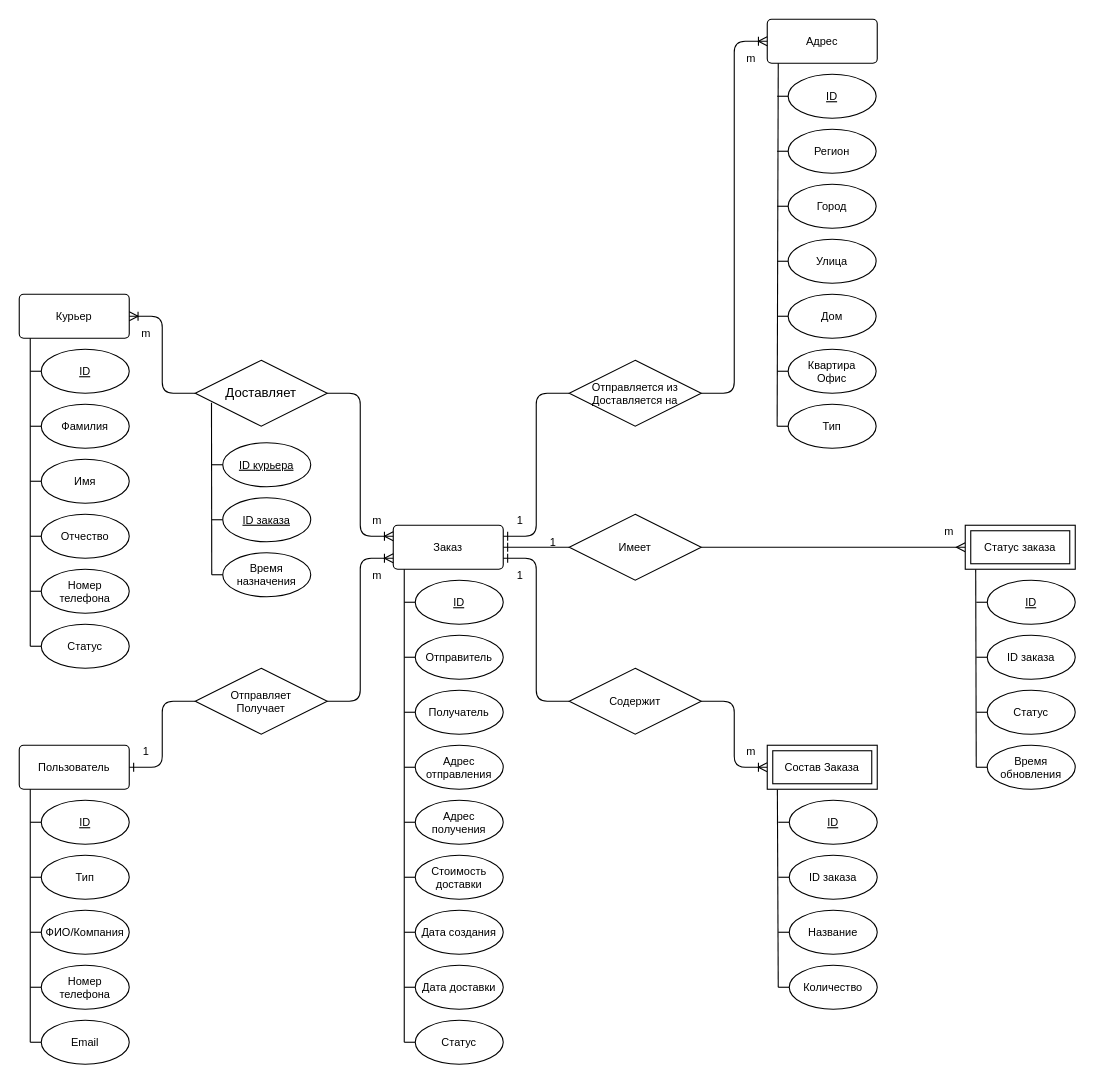
This is lab01/docs/ER-delivery-2.drawio from trplztrx/DB, a draw.io file, before an edit. Source tidied: cells renumbered, new cells numbered last; positions are measured from the earlier drawing's top-left corner, leaving out a move shared by most shapes. Both pictures are drawn from the tidied source at 110%, with x=0, y=0 at pixel (19, 19).
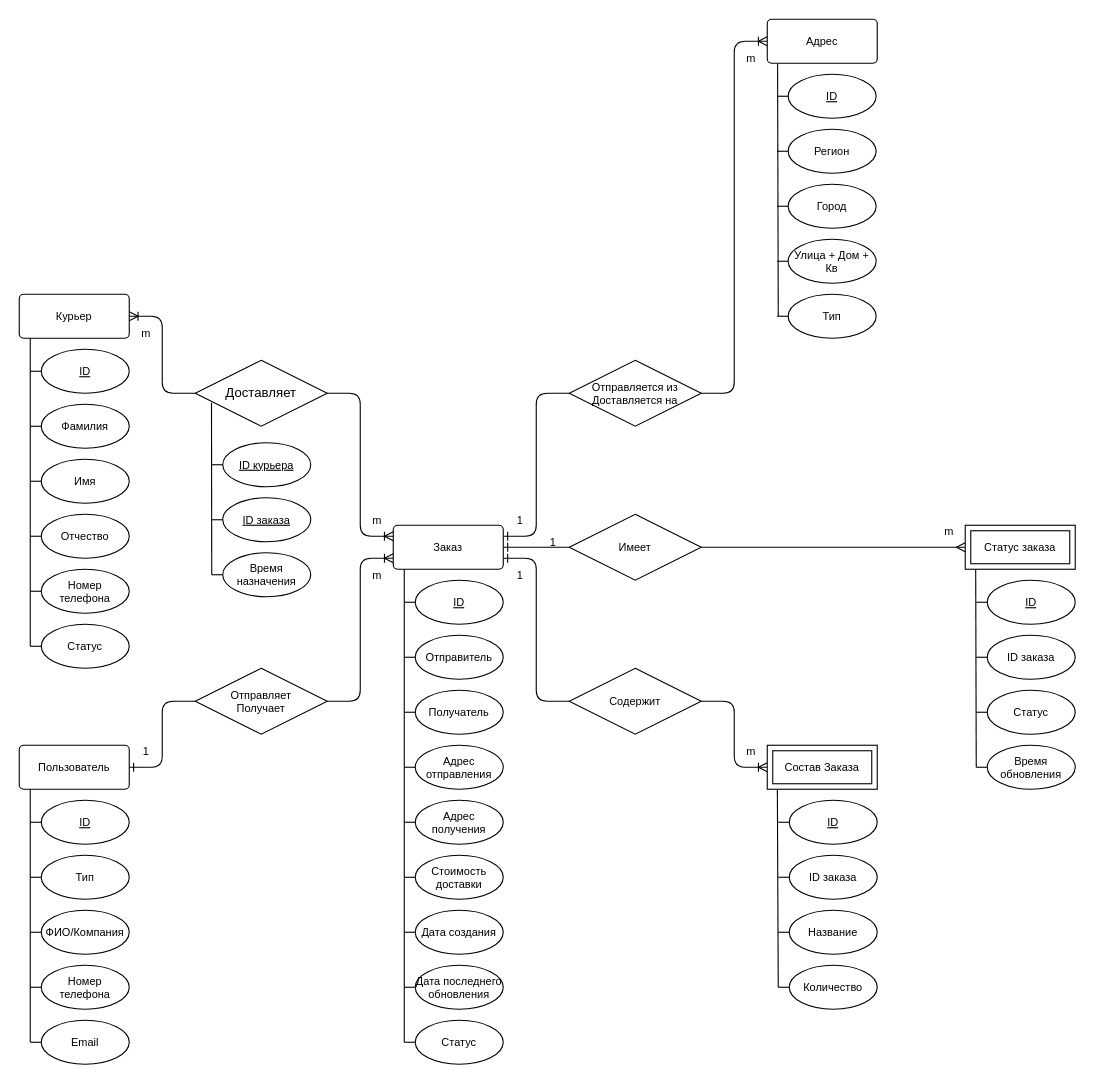
The same diagram, later.

The change refers to these unchanged cells:
```xml
<mxCell id="17" value="Адрес" style="rounded=1;arcSize=10;whiteSpace=wrap;html=1;align=center;fontSize=10;" parent="1" vertex="1">
  <mxGeometry x="680" width="100" height="40" as="geometry" />
</mxCell>
```

Diff of the diagram source:
```diff
@@
-    <mxCell id="20" style="endArrow=none;html=1;rounded=0;fontSize=10;exitX=0.1;exitY=1;exitDx=0;exitDy=0;exitPerimeter=0;" parent="1" edge="1" source="17">
+    <mxCell id="20" style="endArrow=none;html=1;rounded=0;fontSize=10;exitX=0.094;exitY=1.018;exitDx=0;exitDy=0;exitPerimeter=0;" parent="1" edge="1" source="17">
       <mxGeometry relative="1" as="geometry">
-        <mxPoint x="689" y="370" as="targetPoint" />
+        <mxPoint x="690" y="270" as="targetPoint" />
       </mxGeometry>
     </mxCell>
@@
-    <mxCell id="23" value="Улица" style="ellipse;whiteSpace=wrap;html=1;fontSize=10;" parent="1" vertex="1">
+    <mxCell id="23" value="Улица + Дом + Кв" style="ellipse;whiteSpace=wrap;html=1;fontSize=10;" parent="1" vertex="1">
       <mxGeometry x="699" y="200" width="80" height="40" as="geometry" />
     </mxCell>
-    <mxCell id="24" style="endArrow=none;html=1;fontSize=10;entryX=0;entryY=0.5;entryDx=0;entryDy=0;" parent="1" edge="1" target="25">
+    <mxCell id="24" style="endArrow=none;html=1;fontSize=10;entryX=0;entryY=0.5;entryDx=0;entryDy=0;" parent="1" edge="1" target="29">
       <mxGeometry relative="1" as="geometry">
         <mxPoint x="689" y="270" as="sourcePoint" />
         <Array as="points">
           <mxPoint x="689" y="270" />
         </Array>
       </mxGeometry>
     </mxCell>
-    <mxCell id="25" value="Дом" style="ellipse;whiteSpace=wrap;html=1;fontSize=10;" parent="1" vertex="1">
-      <mxGeometry x="699" y="250" width="80" height="40" as="geometry" />
-    </mxCell>
-    <mxCell id="26" style="endArrow=none;html=1;fontSize=10;entryX=0;entryY=0.5;entryDx=0;entryDy=0;" parent="1" edge="1" target="27">
-      <mxGeometry relative="1" as="geometry">
-        <mxPoint x="689" y="320" as="sourcePoint" />
-        <Array as="points">
-          <mxPoint x="689" y="320" />
-        </Array>
-      </mxGeometry>
-    </mxCell>
-    <mxCell id="27" value="Квартира&lt;br&gt;Офис" style="ellipse;whiteSpace=wrap;html=1;fontSize=10;" parent="1" vertex="1">
-      <mxGeometry x="699" y="300" width="80" height="40" as="geometry" />
-    </mxCell>
-    <mxCell id="28" style="endArrow=none;html=1;fontSize=10;entryX=0;entryY=0.5;entryDx=0;entryDy=0;" parent="1" edge="1" target="29">
-      <mxGeometry relative="1" as="geometry">
-        <mxPoint x="689" y="370" as="sourcePoint" />
-        <Array as="points">
-          <mxPoint x="689" y="370" />
-        </Array>
-      </mxGeometry>
-    </mxCell>
     <mxCell id="29" value="Тип" style="ellipse;whiteSpace=wrap;html=1;fontSize=10;" parent="1" vertex="1">
-      <mxGeometry x="699" y="350" width="80" height="40" as="geometry" />
+      <mxGeometry x="699" y="250" width="80" height="40" as="geometry" />
     </mxCell>
@@
-    <mxCell id="56" value="Дата доставки" style="ellipse;whiteSpace=wrap;html=1;fontSize=10;" parent="1" vertex="1">
+    <mxCell id="56" value="Дата последнего обновления" style="ellipse;whiteSpace=wrap;html=1;fontSize=10;" parent="1" vertex="1">
       <mxGeometry x="360" y="860" width="80" height="40" as="geometry" />
     </mxCell>
```
